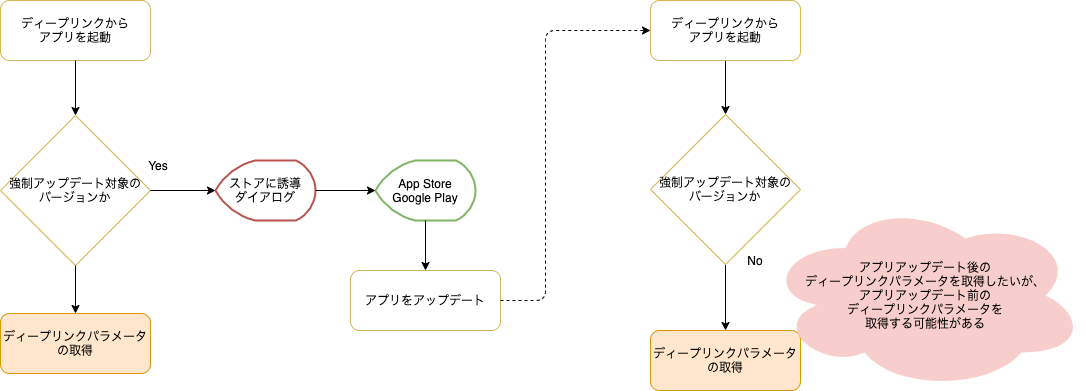
Before: website/docs/react-native/santoku/decisions/assets/adr-005-deep-links-flow2.drawio.png, a diagram exported from draw.io (ws-4020/mobile-app-crib-notes). Source tidied: cells renumbered, new cells last; positions are measured from the earlier drawing's top-left corner, leaving out a move shared by most shapes.
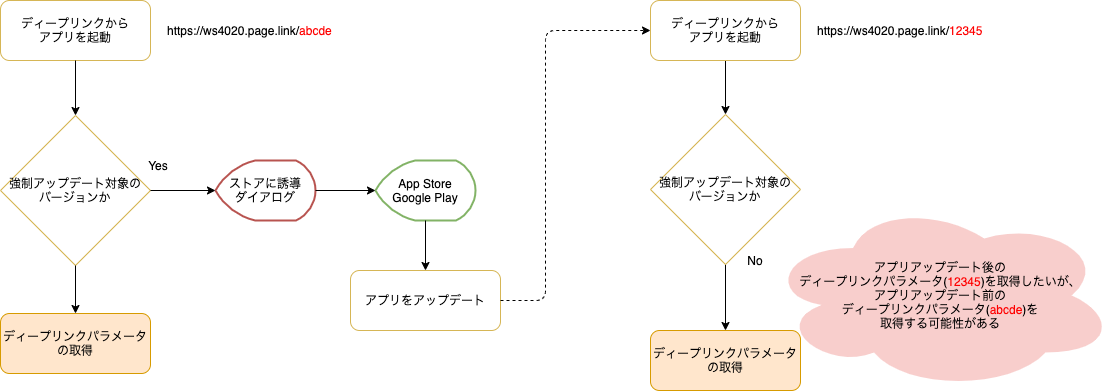
After the change.

Commit message:
ディープリンクパラメータを具体的に記載して、課題がわかるようにフローズを変更してみた

Diff of the diagram source:
```diff
@@ -49,8 +49,8 @@
     <mxCell id="15" value="強制アップデート対象の&lt;br&gt;バージョンか" style="rhombus;whiteSpace=wrap;html=1;strokeColor=#d6b656;fillColor=none;" parent="1" vertex="1">
       <mxGeometry x="650" y="114" width="150" height="150" as="geometry" />
     </mxCell>
-    <mxCell id="16" value="&lt;span&gt;アプリアップデート後の&lt;br&gt;ディープリンクパラメータを取得したいが、&lt;br&gt;アプリアップデート前の&lt;br&gt;ディープリンクパラメータを&lt;br&gt;取得する可能性がある&lt;/span&gt;" style="ellipse;shape=cloud;whiteSpace=wrap;html=1;fillColor=#f8cecc;strokeColor=none;" parent="1" vertex="1">
-      <mxGeometry x="765" y="200" width="320" height="190" as="geometry" />
+    <mxCell id="16" value="アプリアップデート後の&lt;br&gt;ディープリンクパラメータ(&lt;font color=&quot;#ff0000&quot;&gt;12345&lt;/font&gt;)を取得したいが、&lt;br&gt;アプリアップデート前の&lt;br&gt;ディープリンクパラメータ(&lt;font color=&quot;#ff0000&quot;&gt;abcde&lt;/font&gt;)を&lt;br&gt;取得する可能性がある" style="ellipse;shape=cloud;whiteSpace=wrap;html=1;fillColor=#f8cecc;strokeColor=none;" parent="1" vertex="1">
+      <mxGeometry x="765" y="200" width="350" height="190" as="geometry" />
     </mxCell>
     <mxCell id="17" value="ディープリンクから&lt;br&gt;アプリを起動" style="rounded=1;whiteSpace=wrap;html=1;strokeColor=#d6b656;gradientColor=#ffffff;fillColor=none;" parent="1" vertex="1">
       <mxGeometry x="650" width="150" height="60" as="geometry" />
@@ -67,5 +67,11 @@
     <mxCell id="21" style="endArrow=classic;html=1;exitX=0.5;exitY=1;exitDx=0;exitDy=0;entryX=0.5;entryY=0;entryDx=0;entryDy=0;" parent="1" edge="1" source="3" target="20">
       <mxGeometry relative="1" as="geometry" />
     </mxCell>
+    <mxCell id="22" value="https://ws4020.page.link/&lt;font color=&quot;#ff0000&quot;&gt;abcde&lt;/font&gt;" style="text;html=1;strokeColor=none;fillColor=none;align=left;verticalAlign=middle;whiteSpace=wrap;rounded=0;" parent="1" vertex="1">
+      <mxGeometry x="165" y="20" width="180" height="20" as="geometry" />
+    </mxCell>
+    <mxCell id="23" value="https://ws4020.page.link/&lt;font color=&quot;#ff0000&quot;&gt;12345&lt;/font&gt;" style="text;html=1;strokeColor=none;fillColor=none;align=left;verticalAlign=middle;whiteSpace=wrap;rounded=0;" parent="1" vertex="1">
+      <mxGeometry x="815" y="20" width="180" height="20" as="geometry" />
+    </mxCell>
   </root>
 </mxGraphModel>
```
